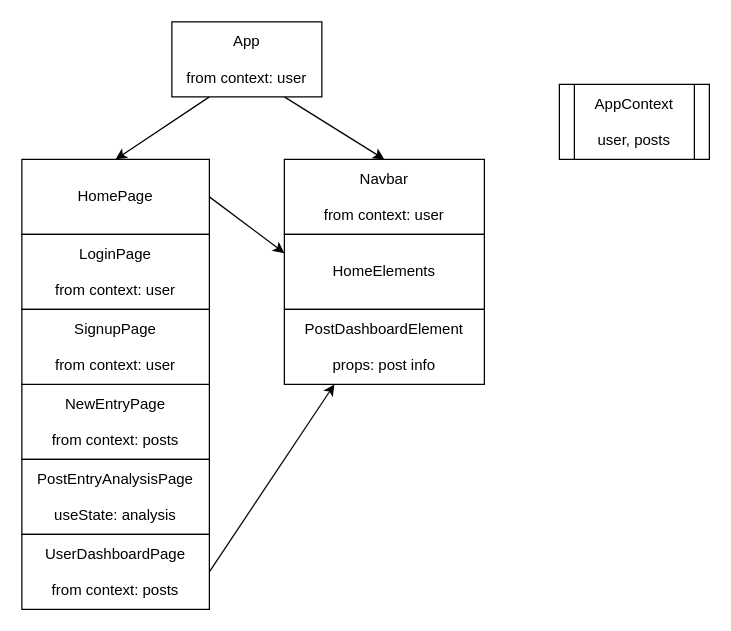
arnquic/mental_state_frontend keeps this draw.io diagram as planningStuff/FrontendComponents.dio. Above is the earlier version. Source tidied: cells renumbered, new cells numbered last; positions are measured from the earlier drawing's top-left corner, leaving out a move shared by most shapes. Both pictures are drawn from the tidied source at 125%, with x=0, y=0 at pixel (21, 21).
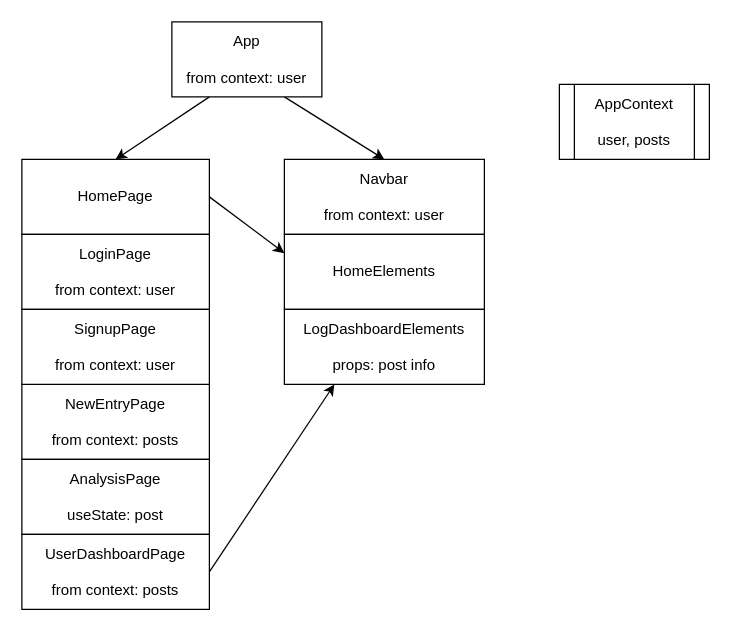
The same page after the edit.

The edit, as a diff of the source:
```diff
@@
 <mxGraphModel>
   <root>
     <mxCell id="0" />
     <mxCell id="1" parent="0" />
     <mxCell id="2" style="edgeStyle=none;html=1;exitX=0.75;exitY=1;exitDx=0;exitDy=0;entryX=0.5;entryY=0;entryDx=0;entryDy=0;" parent="1" edge="1" source="4" target="5">
       <mxGeometry relative="1" as="geometry" />
     </mxCell>
     <mxCell id="3" style="edgeStyle=none;html=1;exitX=0.25;exitY=1;exitDx=0;exitDy=0;entryX=0.5;entryY=0;entryDx=0;entryDy=0;" parent="1" edge="1" source="4" target="7">
       <mxGeometry relative="1" as="geometry" />
     </mxCell>
     <mxCell id="4" value="App&lt;br&gt;&lt;br&gt;from context: user" style="rounded=0;whiteSpace=wrap;html=1;" parent="1" vertex="1">
       <mxGeometry x="120" width="120" height="60" as="geometry" />
     </mxCell>
     <mxCell id="5" value="Navbar&lt;br&gt;&lt;br&gt;from context: user" style="rounded=0;whiteSpace=wrap;html=1;" parent="1" vertex="1">
       <mxGeometry x="210" y="110" width="160" height="60" as="geometry" />
     </mxCell>
     <mxCell id="6" style="edgeStyle=none;html=1;exitX=1;exitY=0.5;exitDx=0;exitDy=0;entryX=0;entryY=0.25;entryDx=0;entryDy=0;" parent="1" edge="1" source="7" target="13">
       <mxGeometry relative="1" as="geometry" />
     </mxCell>
     <mxCell id="7" value="HomePage" style="rounded=0;whiteSpace=wrap;html=1;" parent="1" vertex="1">
       <mxGeometry y="110" width="150" height="60" as="geometry" />
     </mxCell>
     <mxCell id="8" value="NewEntryPage&lt;br&gt;&lt;br&gt;from context: posts" style="rounded=0;whiteSpace=wrap;html=1;" parent="1" vertex="1">
       <mxGeometry y="290" width="150" height="60" as="geometry" />
     </mxCell>
-    <mxCell id="9" value="PostEntryAnalysisPage&lt;br&gt;&lt;br&gt;useState: analysis" style="rounded=0;whiteSpace=wrap;html=1;" parent="1" vertex="1">
+    <mxCell id="9" value="AnalysisPage&lt;br&gt;&lt;br&gt;useState: post" style="rounded=0;whiteSpace=wrap;html=1;" parent="1" vertex="1">
       <mxGeometry y="350" width="150" height="60" as="geometry" />
     </mxCell>
     <mxCell id="10" style="edgeStyle=none;html=1;exitX=1;exitY=0.5;exitDx=0;exitDy=0;entryX=0.25;entryY=1;entryDx=0;entryDy=0;" parent="1" edge="1" source="11" target="16">
       <mxGeometry relative="1" as="geometry" />
     </mxCell>
     <mxCell id="11" value="UserDashboardPage&lt;br&gt;&lt;br&gt;from context: posts" style="rounded=0;whiteSpace=wrap;html=1;" parent="1" vertex="1">
       <mxGeometry y="410" width="150" height="60" as="geometry" />
     </mxCell>
     <mxCell id="12" value="AppContext&lt;br&gt;&lt;br&gt;user, posts" style="shape=process;whiteSpace=wrap;html=1;backgroundOutline=1;" parent="1" vertex="1">
       <mxGeometry x="430" y="50" width="120" height="60" as="geometry" />
     </mxCell>
     <mxCell id="13" value="HomeElements" style="rounded=0;whiteSpace=wrap;html=1;" parent="1" vertex="1">
       <mxGeometry x="210" y="170" width="160" height="60" as="geometry" />
     </mxCell>
     <mxCell id="14" value="LoginPage&lt;br&gt;&lt;br&gt;from context: user" style="rounded=0;whiteSpace=wrap;html=1;" parent="1" vertex="1">
       <mxGeometry y="170" width="150" height="60" as="geometry" />
     </mxCell>
     <mxCell id="15" value="SignupPage&lt;br&gt;&lt;br&gt;from context: user" style="rounded=0;whiteSpace=wrap;html=1;" parent="1" vertex="1">
       <mxGeometry y="230" width="150" height="60" as="geometry" />
     </mxCell>
-    <mxCell id="16" value="PostDashboardElement&lt;br&gt;&lt;br&gt;props: post info" style="rounded=0;whiteSpace=wrap;html=1;" parent="1" vertex="1">
+    <mxCell id="16" value="LogDashboardElements&lt;br&gt;&lt;br&gt;props: post info" style="rounded=0;whiteSpace=wrap;html=1;" parent="1" vertex="1">
       <mxGeometry x="210" y="230" width="160" height="60" as="geometry" />
     </mxCell>
   </root>
 </mxGraphModel>
```
